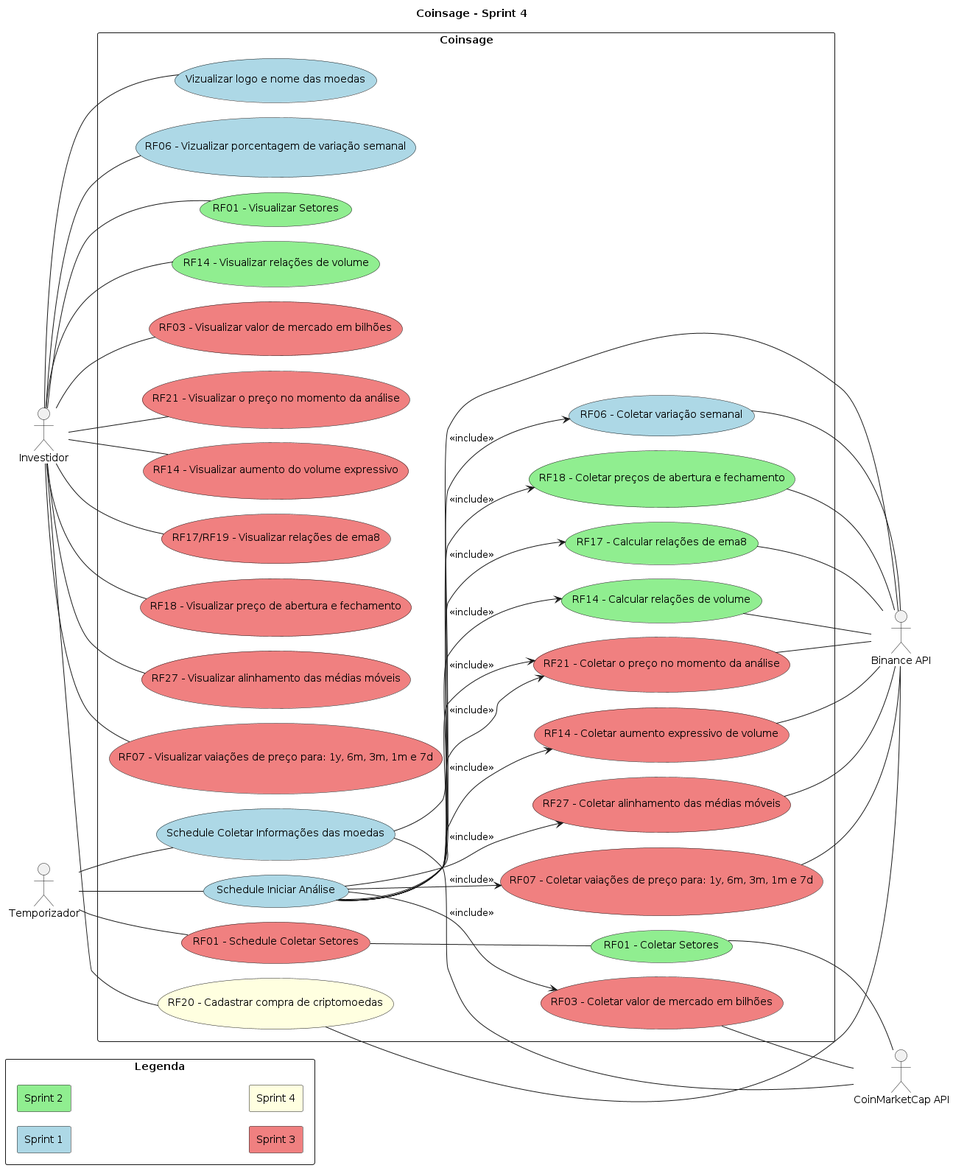
Earlier version of the PlantUML export Artefatos/diagramas/casos_de_uso/versions/pngs/current.png (ICEI-PUC-Minas-PPLES-TI/plf-es-2024-1-ti3-8981100-coinsage).
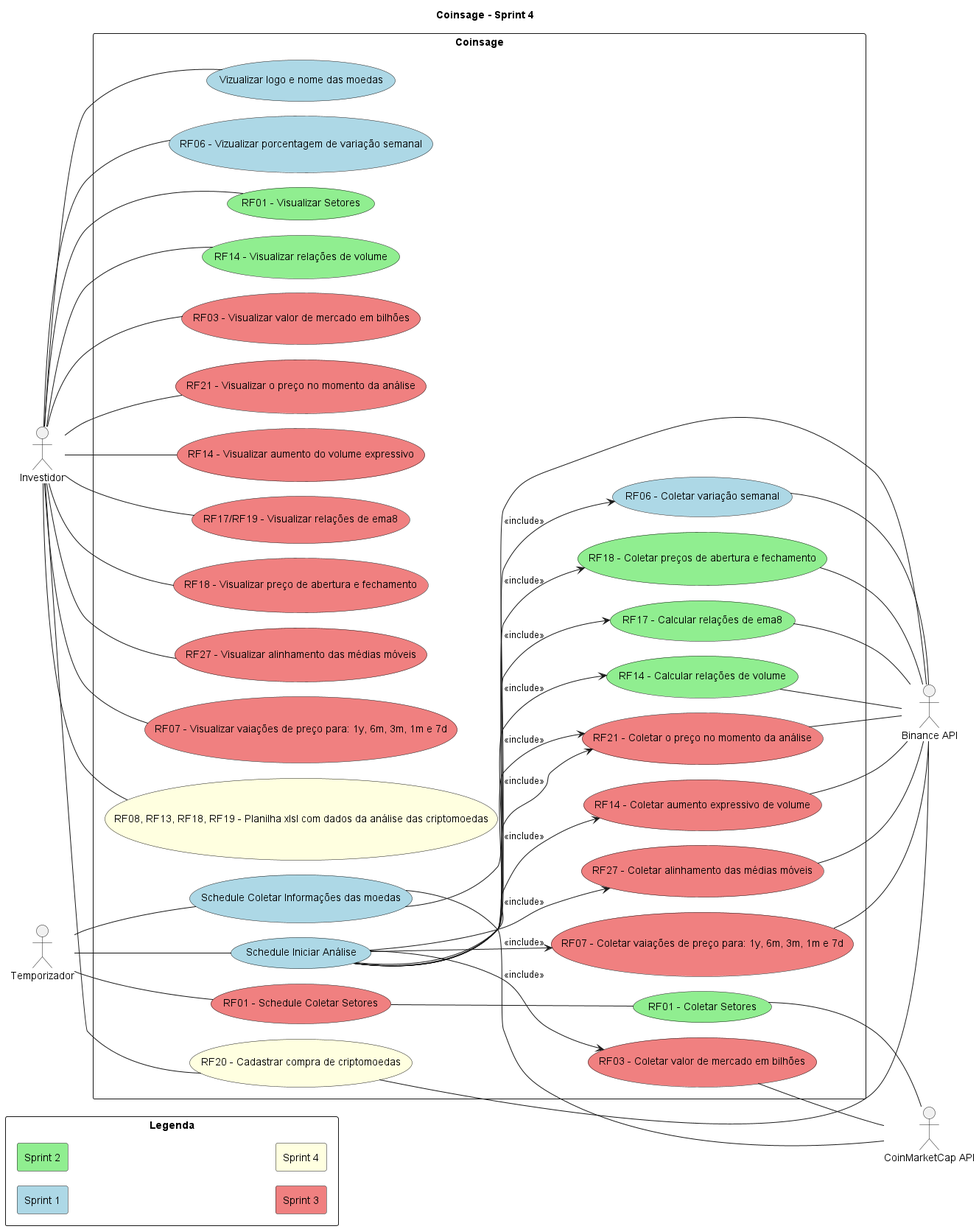
After the commit.

Commit message:
atualizando diagramas

The edit, as a diff of the source:
```diff
@@ -49,6 +49,7 @@
     usecase "RF07 - Visualizar vaiações de preço para: 1y, 6m, 3m, 1m e 7d" as view_cripto_price_variations #LightCoral
 
     usecase "RF20 - Cadastrar compra de criptomoedas" as register_cripto #LightYellow
+    usecase "RF08, RF13, RF18, RF19 - Planilha xlsl com dados da análise das criptomoedas" as view_xlsl #LightYellow
 }
 
 schedule -- sch_analysis
@@ -81,7 +82,9 @@
 investor -- view_market_cap
 investor -- view_emas_aligned
 investor -- view_cripto_price_variations
+investor -- view_xlsl
 investor -- register_cripto
+
 
 sch_analysis --> collect_cripto_week_incresse  : <<include>>
 sch_analysis --> collect_cripto_current_price  : <<include>>
```
